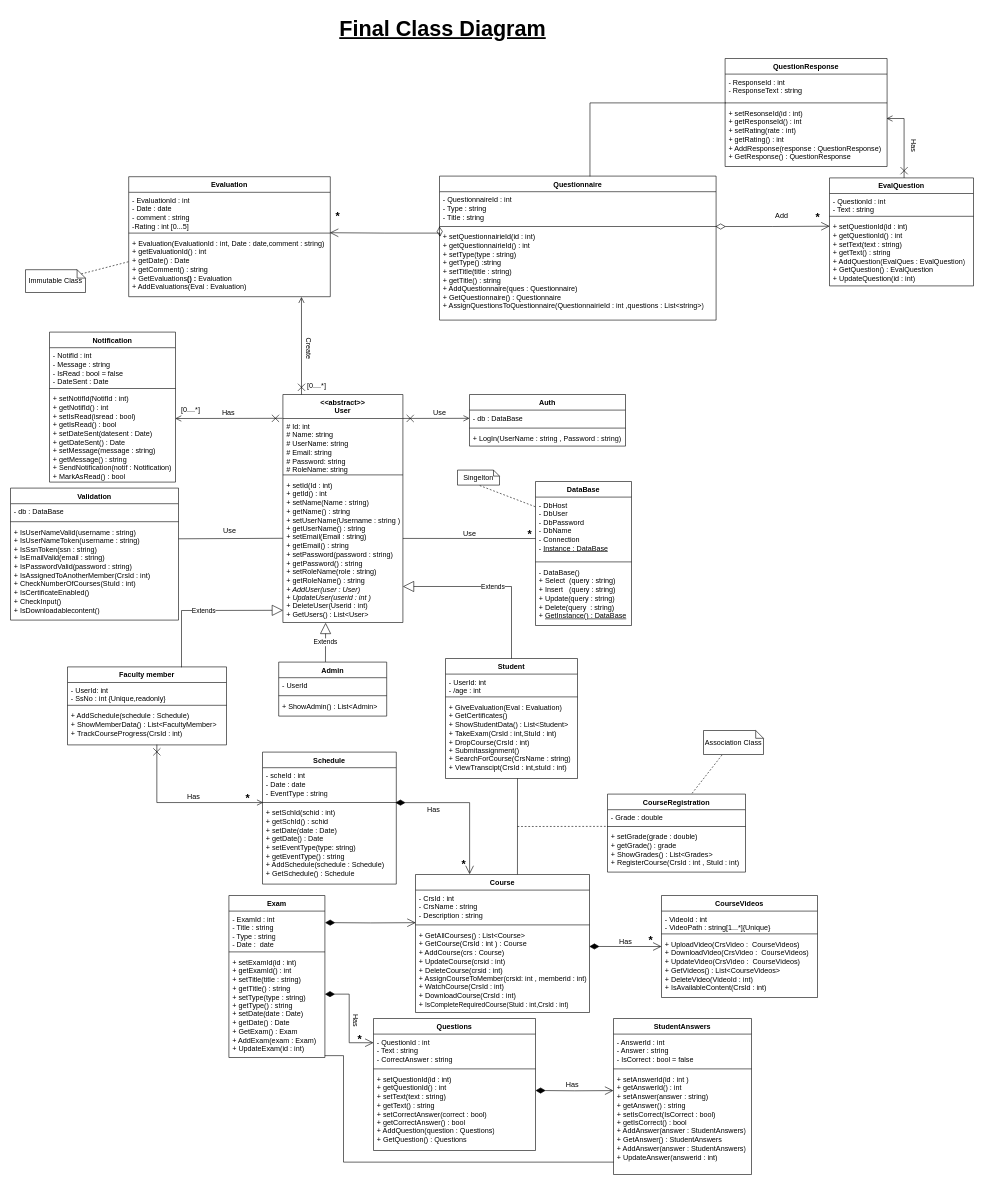
Above: page "FinalVersion" (3 of 3) of Diagrams/ClassDiagram.drawio in Youssefmohamed430/Learning-Management-System (draw.io), before the change. Source tidied: cells renumbered, new cells numbered last; positions are measured from the earlier drawing's top-left corner, leaving out a move shared by most shapes. Both pictures are drawn from the tidied source at 60%, with x=0, y=0 at pixel (10, 10).
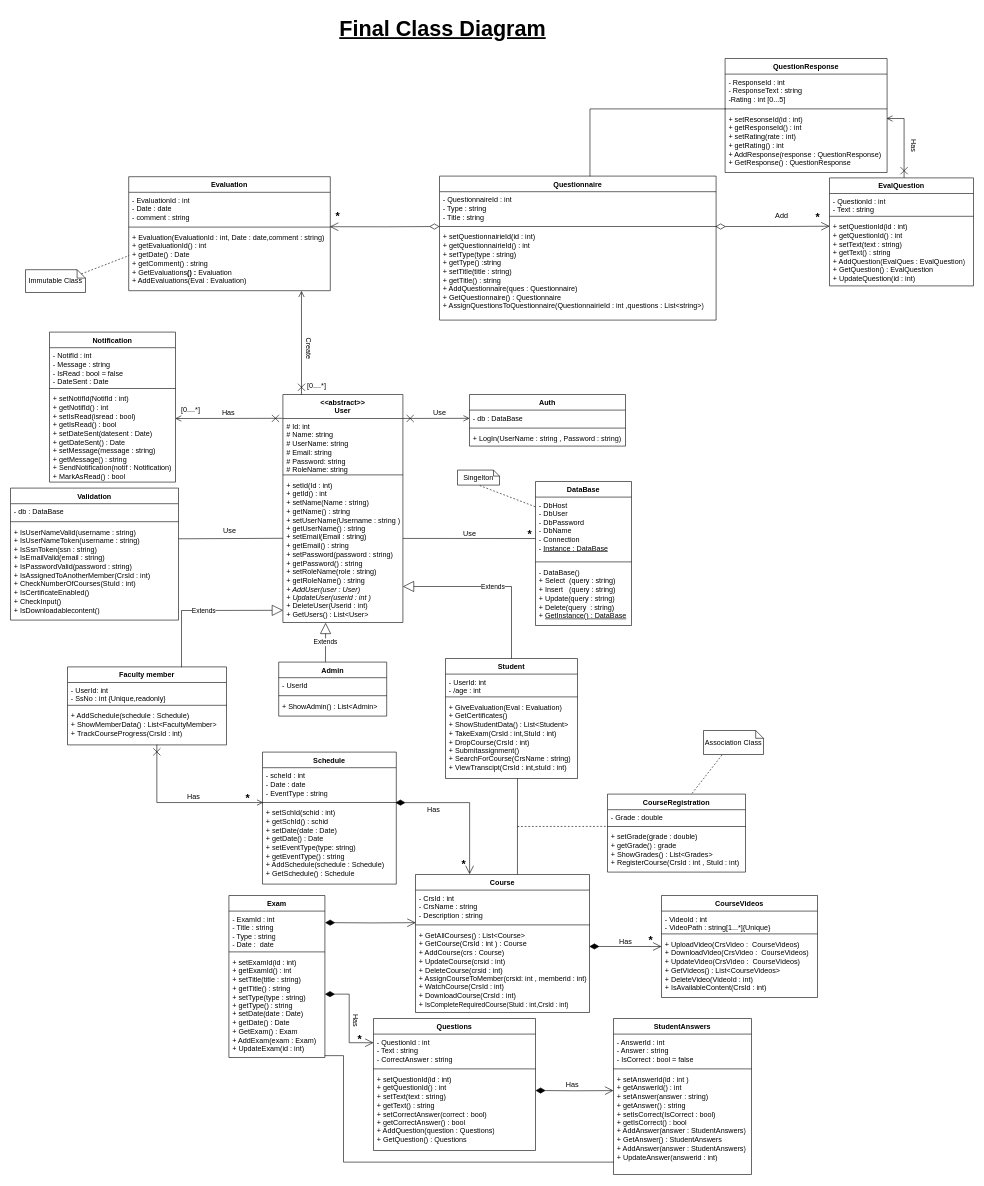
Above is the later version.

The edit, as a diff of the source:
```diff
@@
     <mxCell id="38" value="Evaluation" style="swimlane;fontStyle=1;align=center;verticalAlign=top;horizontal=1;startSize=26;whiteSpace=wrap;html=1;" parent="1" vertex="1">
-      <mxGeometry x="197" y="277" width="336" height="200" as="geometry" />
+      <mxGeometry x="197" y="277" width="336" height="190" as="geometry" />
     </mxCell>
-    <mxCell id="39" value="- EvaluationId : int&lt;div&gt;- Date : date&lt;/div&gt;&lt;div&gt;- comment : string&lt;br&gt;-Rating : int [&lt;span style=&quot;background-color: transparent; color: light-dark(rgb(0, 0, 0), rgb(255, 255, 255));&quot;&gt;0...5&lt;/span&gt;&lt;span style=&quot;background-color: transparent; color: light-dark(rgb(0, 0, 0), rgb(255, 255, 255));&quot;&gt;]&lt;/span&gt;&lt;/div&gt;" style="text;strokeColor=none;fillColor=none;align=left;verticalAlign=top;spacingLeft=4;spacingRight=4;overflow=hidden;whiteSpace=wrap;html=1;" parent="38" vertex="1">
-      <mxGeometry y="26" width="336" height="64" as="geometry" />
+    <mxCell id="39" value="- EvaluationId : int&lt;div&gt;- Date : date&lt;/div&gt;&lt;div&gt;- comment : string&lt;br&gt;&lt;/div&gt;" style="text;strokeColor=none;fillColor=none;align=left;verticalAlign=top;spacingLeft=4;spacingRight=4;overflow=hidden;whiteSpace=wrap;html=1;" parent="38" vertex="1">
+      <mxGeometry y="26" width="336" height="54" as="geometry" />
     </mxCell>
     <mxCell id="40" style="line;strokeWidth=1;fillColor=none;align=left;verticalAlign=middle;spacingTop=-1;spacingLeft=3;spacingRight=3;labelPosition=right;points=[];portConstraint=eastwest;strokeColor=inherit;" parent="38" vertex="1">
-      <mxGeometry y="90" width="336" height="8" as="geometry" />
+      <mxGeometry y="80" width="336" height="8" as="geometry" />
     </mxCell>
     <mxCell id="41" value="&lt;div&gt;+ Evaluation(&lt;span style=&quot;background-color: transparent; color: light-dark(rgb(0, 0, 0), rgb(255, 255, 255));&quot;&gt;EvaluationId : int,&lt;/span&gt;&lt;span style=&quot;background-color: transparent; color: light-dark(rgb(0, 0, 0), rgb(255, 255, 255));&quot;&gt;&amp;nbsp;Date : date,&lt;/span&gt;&lt;span style=&quot;background-color: transparent; color: light-dark(rgb(0, 0, 0), rgb(255, 255, 255));&quot;&gt;comment : string&lt;/span&gt;&lt;span style=&quot;background-color: transparent; color: light-dark(rgb(0, 0, 0), rgb(255, 255, 255));&quot;&gt;)&lt;/span&gt;&lt;/div&gt;&lt;div&gt;+ getEvaluationId() : int&lt;br&gt;+ getDate() : Date&lt;/div&gt;&lt;div&gt;+ getComment() : string&lt;/div&gt;&lt;div&gt;+ Get&lt;span style=&quot;text-align: center;&quot;&gt;Evaluations&lt;/span&gt;&lt;span style=&quot;text-align: center;&quot;&gt;&lt;b&gt;(&lt;/b&gt;&lt;b&gt;) : &lt;/b&gt;Evaluation&lt;br&gt;+ AddEvaluations(&lt;/span&gt;&lt;span style=&quot;background-color: transparent; color: light-dark(rgb(0, 0, 0), rgb(255, 255, 255)); text-align: center;&quot;&gt;Eval :&lt;/span&gt;&lt;b style=&quot;background-color: transparent; color: light-dark(rgb(0, 0, 0), rgb(255, 255, 255)); text-align: center;&quot;&gt;&amp;nbsp;&lt;/b&gt;&lt;span style=&quot;background-color: transparent; color: light-dark(rgb(0, 0, 0), rgb(255, 255, 255)); text-align: center;&quot;&gt;Evaluation&lt;/span&gt;&lt;span style=&quot;text-align: center; background-color: transparent; color: light-dark(rgb(0, 0, 0), rgb(255, 255, 255));&quot;&gt;)&lt;/span&gt;&lt;/div&gt;" style="text;strokeColor=none;fillColor=none;align=left;verticalAlign=top;spacingLeft=4;spacingRight=4;overflow=hidden;points=[[0,0.5],[1,0.5]];portConstraint=eastwest;whiteSpace=wrap;html=1;" parent="38" vertex="1">
-      <mxGeometry y="98" width="336" height="102" as="geometry" />
+      <mxGeometry y="88" width="336" height="102" as="geometry" />
     </mxCell>
@@
     <mxCell id="50" value="QuestionResponse" style="swimlane;fontStyle=1;align=center;verticalAlign=top;horizontal=1;startSize=26;whiteSpace=wrap;html=1;" parent="1" vertex="1">
-      <mxGeometry x="1191" y="80" width="270" height="180" as="geometry" />
+      <mxGeometry x="1191" y="80" width="270" height="190" as="geometry" />
     </mxCell>
-    <mxCell id="51" value="- ResponseId : int&lt;div&gt;- ResponseText : string&lt;/div&gt;" style="text;strokeColor=none;fillColor=none;align=left;verticalAlign=top;spacingLeft=4;spacingRight=4;overflow=hidden;whiteSpace=wrap;html=1;" parent="50" vertex="1">
-      <mxGeometry y="26" width="270" height="44" as="geometry" />
+    <mxCell id="51" value="- ResponseId : int&lt;div&gt;- ResponseText : string&lt;/div&gt;&lt;div&gt;-Rating : int [&lt;span style=&quot;color: light-dark(rgb(0, 0, 0), rgb(255, 255, 255)); background-color: transparent;&quot;&gt;0...5&lt;/span&gt;&lt;span style=&quot;color: light-dark(rgb(0, 0, 0), rgb(255, 255, 255)); background-color: transparent;&quot;&gt;]&lt;/span&gt;&lt;/div&gt;" style="text;strokeColor=none;fillColor=none;align=left;verticalAlign=top;spacingLeft=4;spacingRight=4;overflow=hidden;whiteSpace=wrap;html=1;" parent="50" vertex="1">
+      <mxGeometry y="26" width="270" height="54" as="geometry" />
     </mxCell>
     <mxCell id="52" style="line;strokeWidth=1;fillColor=none;align=left;verticalAlign=middle;spacingTop=-1;spacingLeft=3;spacingRight=3;labelPosition=right;points=[];portConstraint=eastwest;strokeColor=inherit;" parent="50" vertex="1">
-      <mxGeometry y="70" width="270" height="8" as="geometry" />
+      <mxGeometry y="80" width="270" height="8" as="geometry" />
     </mxCell>
     <mxCell id="53" value="+ setResonseId(id : int)&lt;br&gt;+ getResponseId() : int&lt;br&gt;+ setRating(rate : int)&lt;br&gt;+ getRating() : int&amp;nbsp;&lt;br&gt;+ AddResponse(response :&amp;nbsp;&lt;span style=&quot;text-align: center;&quot;&gt;QuestionResponse&lt;/span&gt;)&lt;br&gt;+ GetResponse() :&amp;nbsp;&lt;span style=&quot;text-align: center;&quot;&gt;QuestionResponse&lt;/span&gt;" style="text;strokeColor=none;fillColor=none;align=left;verticalAlign=top;spacingLeft=4;spacingRight=4;overflow=hidden;whiteSpace=wrap;html=1;" parent="50" vertex="1">
-      <mxGeometry y="78" width="270" height="102" as="geometry" />
+      <mxGeometry y="88" width="270" height="102" as="geometry" />
     </mxCell>
```
